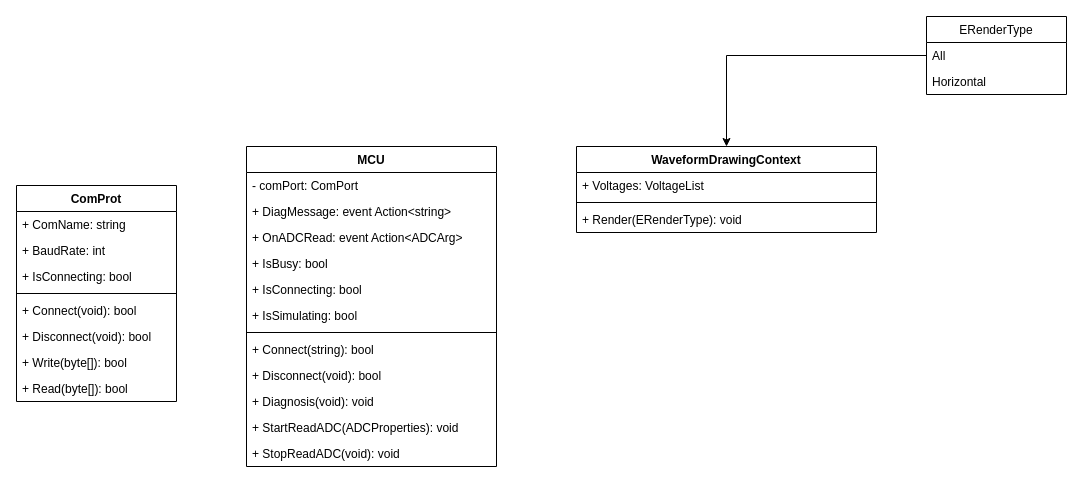
The draw.io diagram page "UML Class Diagram" (5 of 5) of ADC Monitor.drawio in Jasson-Chou/SideProject, before the edit. Source tidied: cells renumbered, new cells numbered last; positions are measured from the earlier drawing's top-left corner, leaving out a move shared by most shapes. Both pictures are drawn from the tidied source at 100%, with x=0, y=0 at pixel (16, 16).
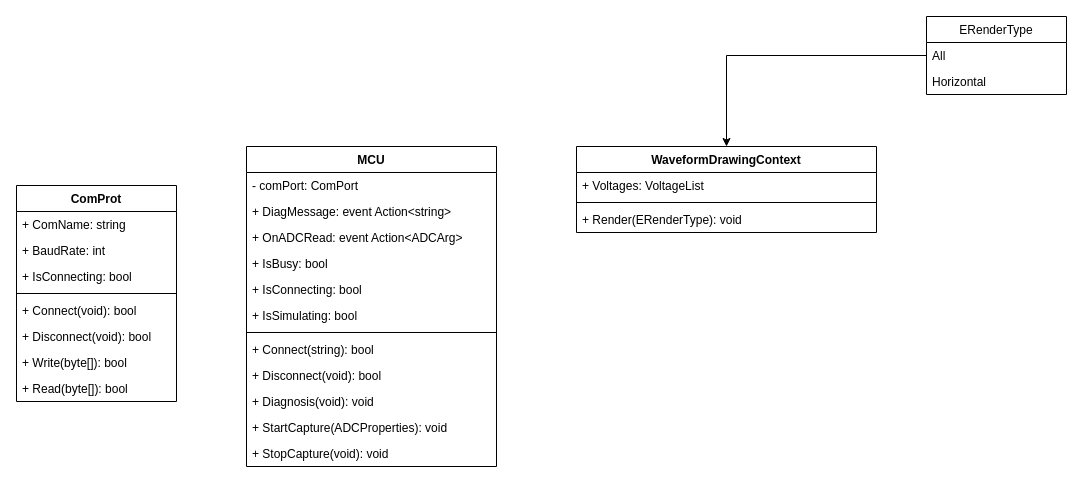
The same diagram, later.

Unchanged cells that the change refers to:
```xml
<mxCell id="11" value="MCU" style="swimlane;fontStyle=1;align=center;verticalAlign=top;horizontal=1;startSize=26;" parent="1" vertex="1">
  <mxGeometry x="230" y="130" width="250" height="320" as="geometry" />
</mxCell>
```

What changed in the source:
```diff
@@
-    <mxCell id="22" value="+ StartReadADC(ADCProperties): void" style="text;strokeColor=none;fillColor=none;align=left;verticalAlign=top;spacingLeft=4;spacingRight=4;overflow=hidden;" parent="11" vertex="1">
+    <mxCell id="22" value="+ StartCapture(ADCProperties): void" style="text;strokeColor=none;fillColor=none;align=left;verticalAlign=top;spacingLeft=4;spacingRight=4;overflow=hidden;" parent="11" vertex="1">
       <mxGeometry y="268" width="250" height="26" as="geometry" />
     </mxCell>
-    <mxCell id="23" value="+ StopReadADC(void): void" style="text;strokeColor=none;fillColor=none;align=left;verticalAlign=top;spacingLeft=4;spacingRight=4;overflow=hidden;" parent="11" vertex="1">
+    <mxCell id="23" value="+ StopCapture(void): void" style="text;strokeColor=none;fillColor=none;align=left;verticalAlign=top;spacingLeft=4;spacingRight=4;overflow=hidden;" parent="11" vertex="1">
       <mxGeometry y="294" width="250" height="26" as="geometry" />
     </mxCell>
```
